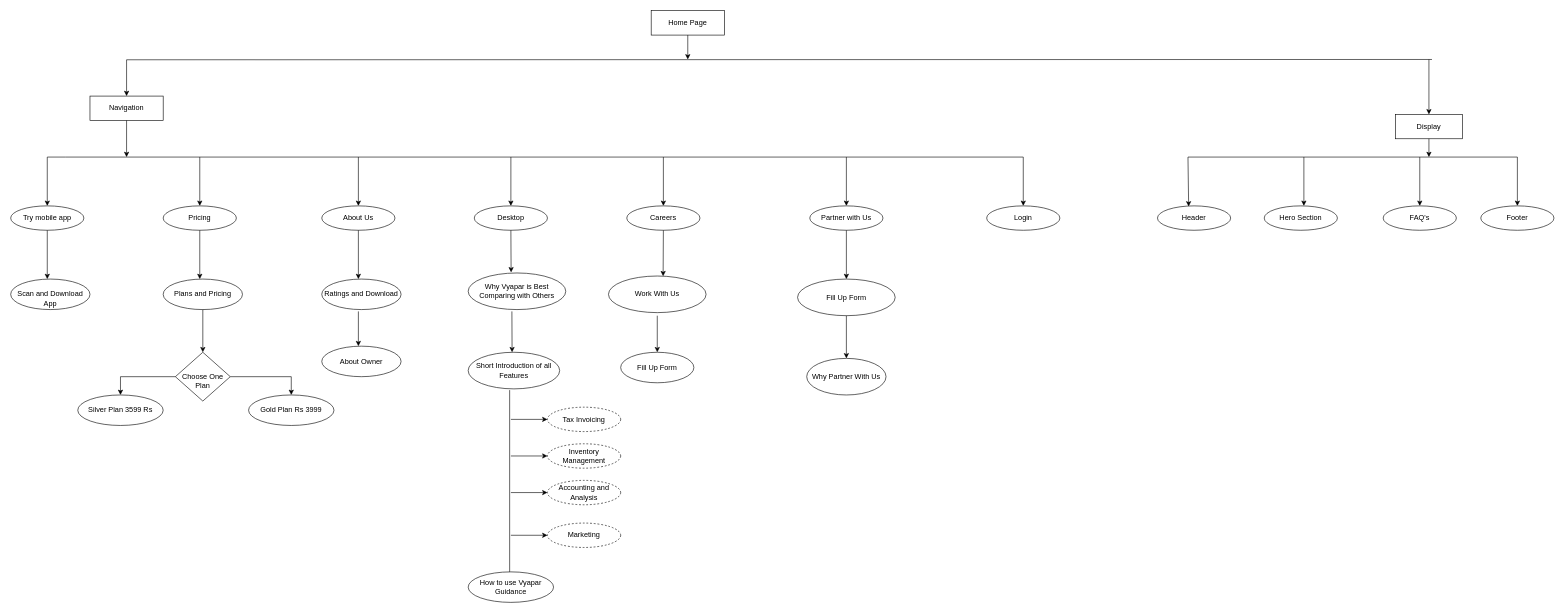
This is VYAPAR.drawio from Ritesh231/Coding-Practice, a draw.io file, before an edit. Source tidied: cells renumbered, new cells numbered last; positions are measured from the earlier drawing's top-left corner, leaving out a move shared by most shapes. Both pictures are drawn from the tidied source at 61%, with x=0, y=0 at pixel (10, 10).
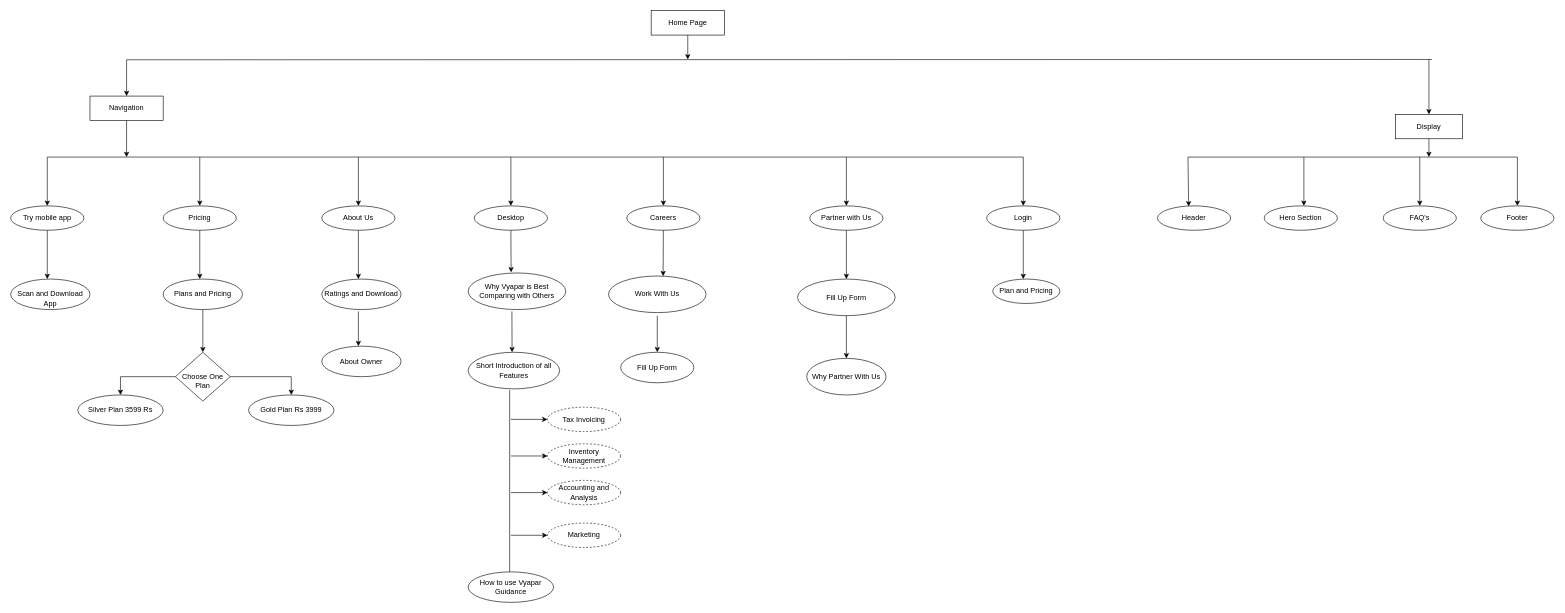
The same diagram, later.

Unchanged cells that the change refers to:
```xml
<mxCell id="16" value="Login" style="ellipse;whiteSpace=wrap;html=1;" parent="1" vertex="1">
  <mxGeometry x="1600" y="320" width="120" height="40" as="geometry" />
</mxCell>
```

Change to the diagram source:
```diff
@@
+    <mxCell id="70" style="endArrow=classic;html=1;rounded=0;exitX=0.5;exitY=1;exitDx=0;exitDy=0;" parent="1" edge="1" source="16">
+      <mxGeometry relative="1" as="geometry">
+        <mxPoint x="1660" y="440" as="targetPoint" />
+      </mxGeometry>
+    </mxCell>
+    <mxCell id="71" value="Plan and Pricing" style="ellipse;whiteSpace=wrap;html=1;" parent="1" vertex="1">
+      <mxGeometry x="1610" y="440" width="110" height="40" as="geometry" />
+    </mxCell>
```
